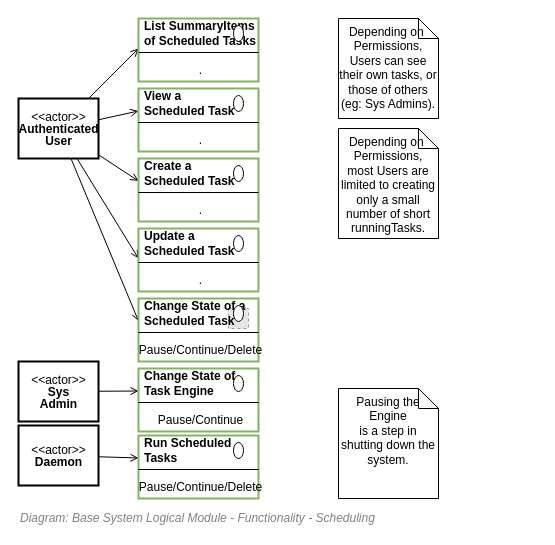
skysgh/System.Design.Resources.Service keeps this draw.io diagram as 43.Functionality View/Functionality View - Functionality - Task Scheduling Management Operations.drawio. Above is the earlier version. Source tidied: cells renumbered, new cells numbered last; positions are measured from the earlier drawing's top-left corner, leaving out a move shared by most shapes. Both pictures are drawn from the tidied source at 100%, with x=0, y=0 at pixel (18, 18). Pictures stored in the file or linked from it are replaced by grey dashed boxes.
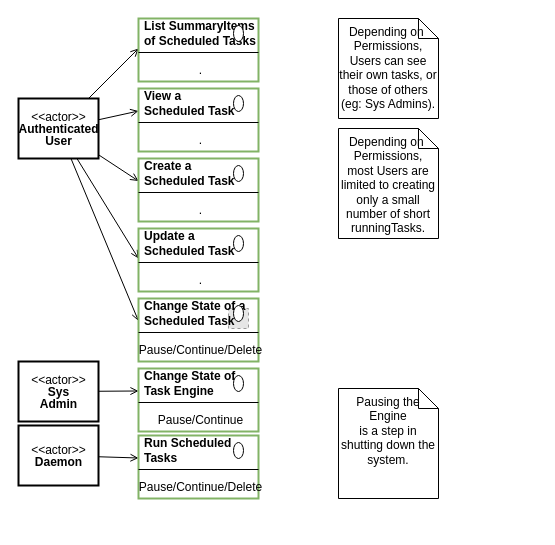
Above is the later version.

What changed in the source:
```diff
@@
-    <mxCell id="2" value="&lt;font style=&quot;font-size: 12px ; font-weight: normal&quot;&gt;&lt;i&gt;&lt;span style=&quot;font-size: 12px&quot;&gt;Diagram: Base System Logical Module -&amp;nbsp;&lt;/span&gt;&lt;span style=&quot;font-size: 12px&quot;&gt;Functionality -&amp;nbsp;&lt;/span&gt;Scheduling&lt;/i&gt;&lt;/font&gt;" style="text;strokeColor=none;fillColor=none;html=1;fontSize=12;fontStyle=1;verticalAlign=middle;align=left;shadow=0;glass=0;comic=0;opacity=30;fontColor=#808080;" parent="1" vertex="1">
-      <mxGeometry y="490" width="520" height="20" as="geometry" />
-    </mxCell>
```
